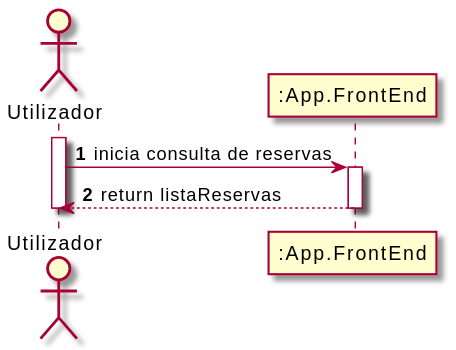
Earlier version of the PlantUML export Documentos/Sprint4/UC11/UC11_SSD.svg (UPskillDOTNET/Jakim-das-Coives-S.A.). Its diagram source:
```plantuml
@startuml
autonumber
actor "Utilizador" as UserNR
participant ":App.FrontEnd" as API

activate UserNR
UserNR -> "API" : inicia consulta de reservas
activate "API"
"API" --> UserNR : return listaReservas
deactivate "API"

deactivate UserNR
@enduml
```
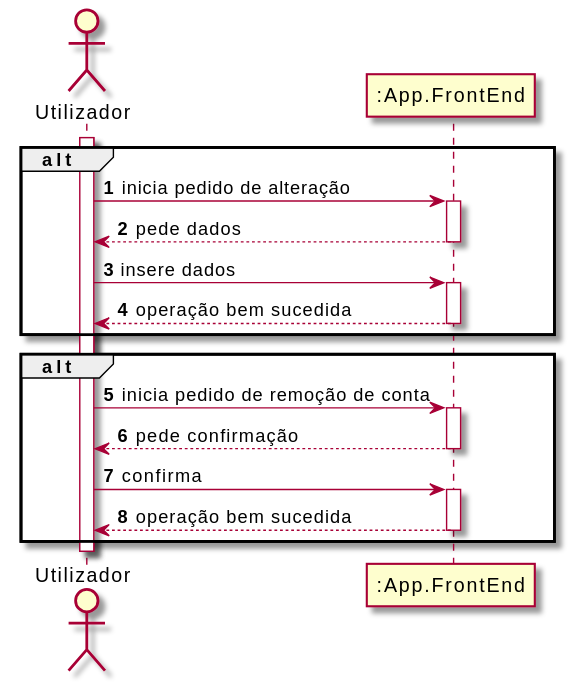
The same diagram one commit later.

Diff of the diagram source:
```diff
@@ -1,13 +1,31 @@
 @startuml
 autonumber
-actor "Utilizador" as UserNR
+actor "Utilizador" as U
 participant ":App.FrontEnd" as API
 
-activate UserNR
-UserNR -> "API" : inicia consulta de reservas
-activate "API"
-"API" --> UserNR : return listaReservas
-deactivate "API"
+alt
+activate U
+U -> API : inicia pedido de alteração
+activate API
+API --> U : pede dados
+deactivate API
+U -> API : insere dados
+activate API
+API --> U : operação bem sucedida
+deactivate API
+end
 
-deactivate UserNR
+alt
+activate U
+U -> API : inicia pedido de remoção de conta
+activate API
+API --> U : pede confirmação
+deactivate API
+U -> API : confirma
+activate API
+API --> U : operação bem sucedida
+deactivate API
+end
+
+deactivate U
 @enduml
```
